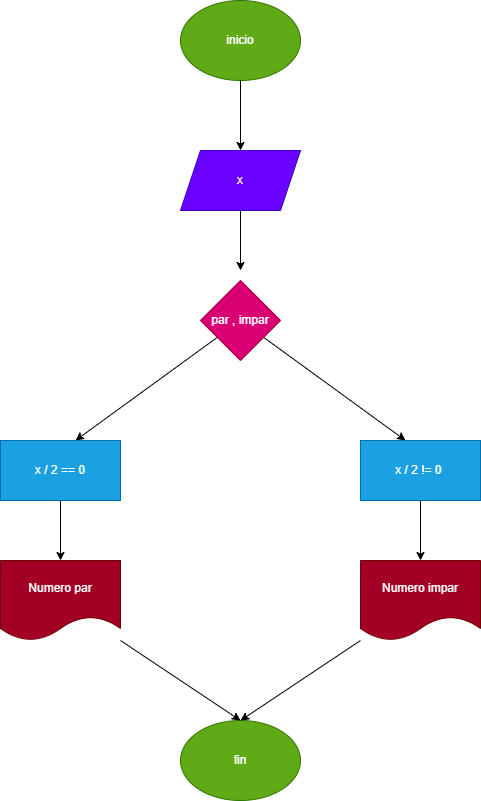
Above: par-impar.png in francosantiago/25-04-2022 (draw.io), before the change. Source tidied: cells renumbered, new cells last; positions are measured from the earlier drawing's top-left corner, leaving out a move shared by most shapes.
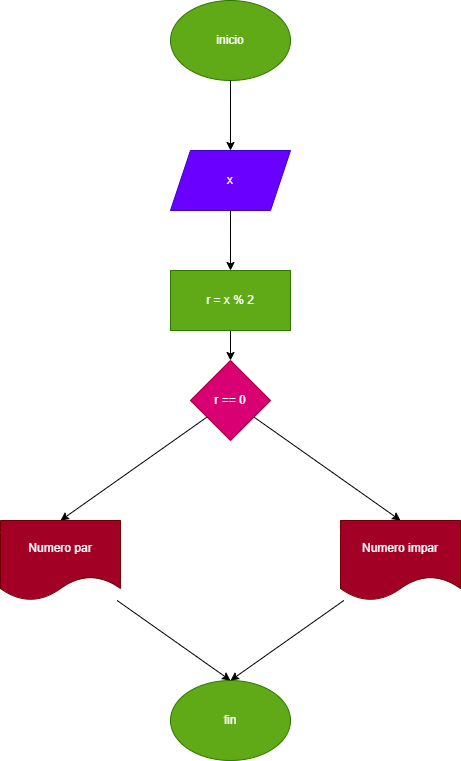
After the commit.

Commit message:
Correccion diagrama de flujo

The edit, as a diff of the source:
```diff
@@ -16,47 +16,35 @@
         <mxPoint x="240" y="270" as="targetPoint" />
       </mxGeometry>
     </mxCell>
-    <mxCell id="6" style="edgeStyle=none;html=1;" parent="1" edge="1" source="8">
-      <mxGeometry relative="1" as="geometry">
-        <mxPoint x="405" y="440" as="targetPoint" />
-      </mxGeometry>
+    <mxCell id="6" style="edgeStyle=none;html=1;entryX=0.5;entryY=0;entryDx=0;entryDy=0;" parent="1" edge="1" source="8" target="12">
+      <mxGeometry relative="1" as="geometry" />
     </mxCell>
-    <mxCell id="7" style="edgeStyle=none;html=1;" parent="1" edge="1" source="8">
-      <mxGeometry relative="1" as="geometry">
-        <mxPoint x="75" y="440" as="targetPoint" />
-      </mxGeometry>
+    <mxCell id="7" style="edgeStyle=none;html=1;entryX=0.5;entryY=0;entryDx=0;entryDy=0;" parent="1" edge="1" source="8" target="11">
+      <mxGeometry relative="1" as="geometry" />
     </mxCell>
-    <mxCell id="8" value="par , impar" style="rhombus;whiteSpace=wrap;html=1;fillColor=#d80073;fontColor=#ffffff;strokeColor=#A50040;" parent="1" vertex="1">
-      <mxGeometry x="200" y="280" width="80" height="80" as="geometry" />
+    <mxCell id="8" value="r == 0" style="rhombus;whiteSpace=wrap;html=1;fillColor=#d80073;fontColor=#ffffff;strokeColor=#A50040;" parent="1" vertex="1">
+      <mxGeometry x="200" y="360" width="80" height="80" as="geometry" />
     </mxCell>
-    <mxCell id="9" value="x / 2 == 0" style="rounded=0;whiteSpace=wrap;html=1;fillColor=#1ba1e2;fontColor=#ffffff;strokeColor=#006EAF;" parent="1" vertex="1">
-      <mxGeometry y="440" width="120" height="60" as="geometry" />
-    </mxCell>
-    <mxCell id="10" value="x / 2 != 0&amp;nbsp;" style="rounded=0;whiteSpace=wrap;html=1;fillColor=#1ba1e2;fontColor=#ffffff;strokeColor=#006EAF;" parent="1" vertex="1">
-      <mxGeometry x="360" y="440" width="120" height="60" as="geometry" />
-    </mxCell>
     <mxCell id="11" value="Numero par" style="shape=document;whiteSpace=wrap;html=1;boundedLbl=1;fillColor=#a20025;fontColor=#ffffff;strokeColor=#6F0000;" parent="1" vertex="1">
-      <mxGeometry y="560" width="120" height="80" as="geometry" />
+      <mxGeometry x="10" y="520" width="120" height="80" as="geometry" />
     </mxCell>
     <mxCell id="12" value="Numero impar" style="shape=document;whiteSpace=wrap;html=1;boundedLbl=1;fillColor=#a20025;fontColor=#ffffff;strokeColor=#6F0000;" parent="1" vertex="1">
-      <mxGeometry x="360" y="560" width="120" height="80" as="geometry" />
+      <mxGeometry x="350" y="520" width="120" height="80" as="geometry" />
     </mxCell>
-    <mxCell id="13" style="endArrow=classic;html=1;exitX=0.5;exitY=1;exitDx=0;exitDy=0;entryX=0.5;entryY=0;entryDx=0;entryDy=0;" parent="1" edge="1" source="10" target="12">
-      <mxGeometry relative="1" as="geometry" />
-    </mxCell>
-    <mxCell id="14" style="endArrow=classic;html=1;exitX=0.5;exitY=1;exitDx=0;exitDy=0;" parent="1" edge="1" source="9" target="11">
-      <mxGeometry relative="1" as="geometry" />
-    </mxCell>
     <mxCell id="15" value="fin" style="ellipse;whiteSpace=wrap;html=1;fillColor=#60a917;fontColor=#ffffff;strokeColor=#2D7600;" parent="1" vertex="1">
-      <mxGeometry x="180" y="720" width="120" height="80" as="geometry" />
+      <mxGeometry x="180" y="680" width="120" height="80" as="geometry" />
     </mxCell>
     <mxCell id="16" style="endArrow=classic;html=1;entryX=0.5;entryY=0;entryDx=0;entryDy=0;" parent="1" edge="1" source="11" target="15">
       <mxGeometry relative="1" as="geometry" />
     </mxCell>
-    <mxCell id="17" style="endArrow=classic;html=1;" parent="1" edge="1" source="12">
-      <mxGeometry relative="1" as="geometry">
-        <mxPoint x="240" y="720" as="targetPoint" />
-      </mxGeometry>
+    <mxCell id="17" style="endArrow=classic;html=1;entryX=0.5;entryY=0;entryDx=0;entryDy=0;" parent="1" edge="1" source="12" target="15">
+      <mxGeometry relative="1" as="geometry" />
     </mxCell>
+    <mxCell id="18" style="edgeStyle=none;html=1;" parent="1" edge="1" source="19" target="8">
+      <mxGeometry relative="1" as="geometry" />
+    </mxCell>
+    <mxCell id="19" value="r = x % 2" style="rounded=0;whiteSpace=wrap;html=1;fillColor=#60a917;fontColor=#ffffff;strokeColor=#2D7600;" parent="1" vertex="1">
+      <mxGeometry x="180" y="270" width="120" height="60" as="geometry" />
+    </mxCell>
   </root>
 </mxGraphModel>
```
